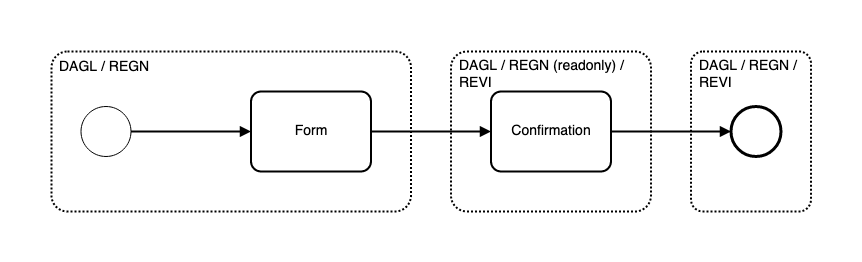
Before: process.png, a diagram exported from BPMN (Altinn/altinn-studio). Its source is kept beside it as App/config/process/process.bpmn. Ids are renumbered. The source it was exported from:
```xml
<bpmn:definitions xmlns:xsi="http://www.w3.org/2001/XMLSchema-instance"
    xmlns:bpmn="http://www.omg.org/spec/BPMN/20100524/MODEL"
    xmlns:bpmndi="http://www.omg.org/spec/BPMN/20100524/DI"
    xmlns:dc="http://www.omg.org/spec/DD/20100524/DC"
    xmlns:di="http://www.omg.org/spec/DD/20100524/DI"
    xmlns:modeler="http://camunda.org/schema/modeler/1.0" xmlns:altinn="http://altinn.no"
    xmlns:camunda="http://camunda.org/schema/1.0/bpmn" id="Altinn_Data_Signing_Process_Definition"
    targetNamespace="http://bpmn.io/schema/bpmn" exporter="Camunda Web Modeler"
    exporterVersion="60e1771" modeler:executionPlatform="Camunda Cloud"
    modeler:executionPlatformVersion="8.1.0"
    camunda:diagramRelationId="69b5995e-5e3d-457e-b866-aa9a162a36c5">
    <bpmn:process id="Data_Signing" isExecutable="false">
        <bpmn:startEvent id="StartEvent_1">
            <bpmn:outgoing>SequenceFlow_1</bpmn:outgoing>
        </bpmn:startEvent>
        <bpmn:task id="Task_1" name="Form" altinn:tasktype="data">
            <bpmn:incoming>SequenceFlow_1</bpmn:incoming>
            <bpmn:outgoing>SequenceFlow_2</bpmn:outgoing>
        </bpmn:task>
        <bpmn:task id="Task_2" name="Confirmation" altinn:tasktype="confirmation">
            <bpmn:incoming>SequenceFlow_2</bpmn:incoming>
            <bpmn:outgoing>SequenceFlow_3</bpmn:outgoing>
        </bpmn:task>
        <bpmn:endEvent id="EndEvent_1">
            <bpmn:incoming>SequenceFlow_3</bpmn:incoming>
        </bpmn:endEvent>
        <bpmn:sequenceFlow id="SequenceFlow_1" sourceRef="StartEvent_1" targetRef="Task_1" />
        <bpmn:sequenceFlow id="SequenceFlow_2" sourceRef="Task_1" targetRef="Task_2" />
        <bpmn:sequenceFlow id="SequenceFlow_3" sourceRef="Task_2" targetRef="EndEvent_1" />
    </bpmn:process>
    <bpmndi:BPMNDiagram id="BPMNDiagram_1">
        <bpmndi:BPMNPlane id="BPMNPlane_1" bpmnElement="Data_Signing">
            <bpmndi:BPMNShape id="StartEvent_1_di" bpmnElement="StartEvent_1">
                <dc:Bounds x="156" y="81" width="36" height="36" />
            </bpmndi:BPMNShape>
            <bpmndi:BPMNShape id="Task_1_di" bpmnElement="Task_1">
                <dc:Bounds x="300" y="59" width="100" height="80" />
                <bpmndi:BPMNLabel />
            </bpmndi:BPMNShape>
            <bpmndi:BPMNShape id="Task_2_di" bpmnElement="Task_2">
                <dc:Bounds x="530" y="59" width="100" height="80" />
                <bpmndi:BPMNLabel />
            </bpmndi:BPMNShape>
            <bpmndi:BPMNShape id="EndEvent_1_di" bpmnElement="EndEvent_1">
                <dc:Bounds x="732" y="81" width="36" height="36" />
            </bpmndi:BPMNShape>
            <bpmndi:BPMNEdge id="SequenceFlow_1_di" bpmnElement="SequenceFlow_1">
                <di:waypoint x="192" y="99" />
                <di:waypoint x="300" y="99" />
            </bpmndi:BPMNEdge>
            <bpmndi:BPMNEdge id="SequenceFlow_2_di" bpmnElement="SequenceFlow_2">
                <di:waypoint x="400" y="99" />
                <di:waypoint x="530" y="99" />
            </bpmndi:BPMNEdge>
            <bpmndi:BPMNEdge id="SequenceFlow_3_di" bpmnElement="SequenceFlow_3">
                <di:waypoint x="630" y="99" />
                <di:waypoint x="732" y="99" />
            </bpmndi:BPMNEdge>
        </bpmndi:BPMNPlane>
    </bpmndi:BPMNDiagram>
</bpmn:definitions>
```
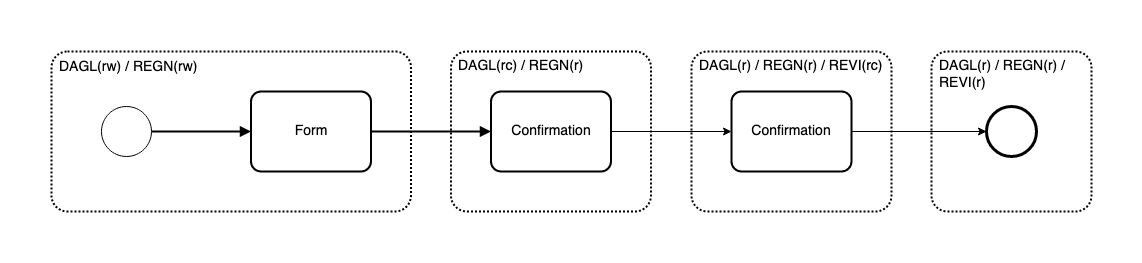
The same file after the commit.

What changed in the source:
```diff
@@ -17,16 +17,21 @@
             <bpmn:incoming>SequenceFlow_1</bpmn:incoming>
             <bpmn:outgoing>SequenceFlow_2</bpmn:outgoing>
         </bpmn:task>
-        <bpmn:task id="Task_2" name="Confirmation" altinn:tasktype="confirmation">
+        <bpmn:task id="Task_2" name="Confirm1" altinn:tasktype="confirmation">
             <bpmn:incoming>SequenceFlow_2</bpmn:incoming>
             <bpmn:outgoing>SequenceFlow_3</bpmn:outgoing>
         </bpmn:task>
+        <bpmn:task id="Task_3" name="Confirm2" altinn:tasktype="confirmation">
+            <bpmn:incoming>SequenceFlow_3</bpmn:incoming>
+            <bpmn:outgoing>SequenceFlow_4</bpmn:outgoing>
+        </bpmn:task>
         <bpmn:endEvent id="EndEvent_1">
-            <bpmn:incoming>SequenceFlow_3</bpmn:incoming>
+            <bpmn:incoming>SequenceFlow_4</bpmn:incoming>
         </bpmn:endEvent>
         <bpmn:sequenceFlow id="SequenceFlow_1" sourceRef="StartEvent_1" targetRef="Task_1" />
         <bpmn:sequenceFlow id="SequenceFlow_2" sourceRef="Task_1" targetRef="Task_2" />
-        <bpmn:sequenceFlow id="SequenceFlow_3" sourceRef="Task_2" targetRef="EndEvent_1" />
+        <bpmn:sequenceFlow id="SequenceFlow_3" sourceRef="Task_2" targetRef="Task_3" />
+        <bpmn:sequenceFlow id="SequenceFlow_4" sourceRef="Task_3" targetRef="EndEvent_1" />
     </bpmn:process>
     <bpmndi:BPMNDiagram id="BPMNDiagram_1">
         <bpmndi:BPMNPlane id="BPMNPlane_1" bpmnElement="Data_Signing">
@@ -41,8 +46,12 @@
                 <dc:Bounds x="530" y="59" width="100" height="80" />
                 <bpmndi:BPMNLabel />
             </bpmndi:BPMNShape>
+            <bpmndi:BPMNShape id="Task_3_di" bpmnElement="Task_3">
+                <dc:Bounds x="760" y="59" width="100" height="80" />
+                <bpmndi:BPMNLabel />
+            </bpmndi:BPMNShape>
             <bpmndi:BPMNShape id="EndEvent_1_di" bpmnElement="EndEvent_1">
-                <dc:Bounds x="732" y="81" width="36" height="36" />
+                <dc:Bounds x="962" y="81" width="36" height="36" />
             </bpmndi:BPMNShape>
             <bpmndi:BPMNEdge id="SequenceFlow_1_di" bpmnElement="SequenceFlow_1">
                 <di:waypoint x="192" y="99" />
@@ -54,7 +63,11 @@
             </bpmndi:BPMNEdge>
             <bpmndi:BPMNEdge id="SequenceFlow_3_di" bpmnElement="SequenceFlow_3">
                 <di:waypoint x="630" y="99" />
-                <di:waypoint x="732" y="99" />
+                <di:waypoint x="760" y="99" />
+            </bpmndi:BPMNEdge>
+            <bpmndi:BPMNEdge id="SequenceFlow_4_di" bpmnElement="SequenceFlow_4">
+                <di:waypoint x="860" y="99" />
+                <di:waypoint x="962" y="99" />
             </bpmndi:BPMNEdge>
         </bpmndi:BPMNPlane>
     </bpmndi:BPMNDiagram>
```
